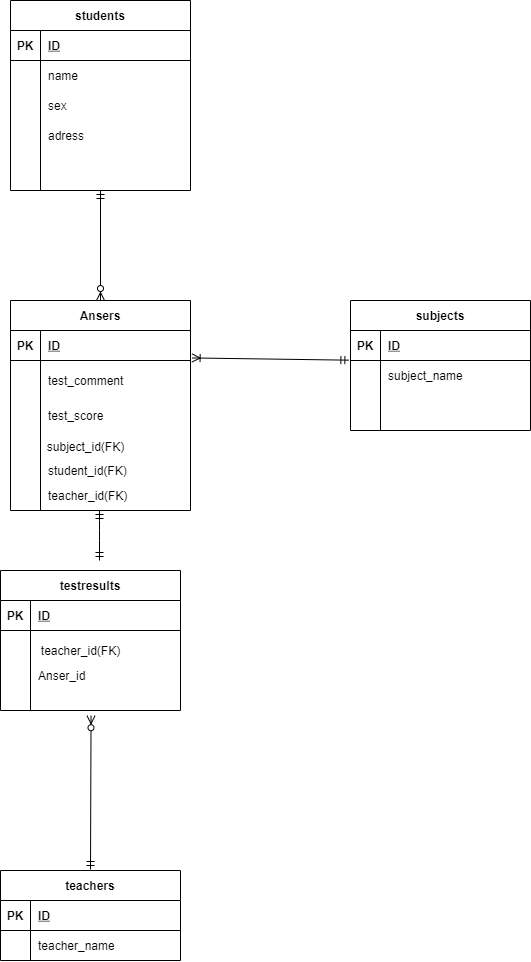
terry1121/20211020NAKANO keeps this draw.io diagram as index.drawio.png. Above is the earlier version. Source tidied: cells renumbered, new cells last; positions are measured from the earlier drawing's top-left corner, leaving out a move shared by most shapes.
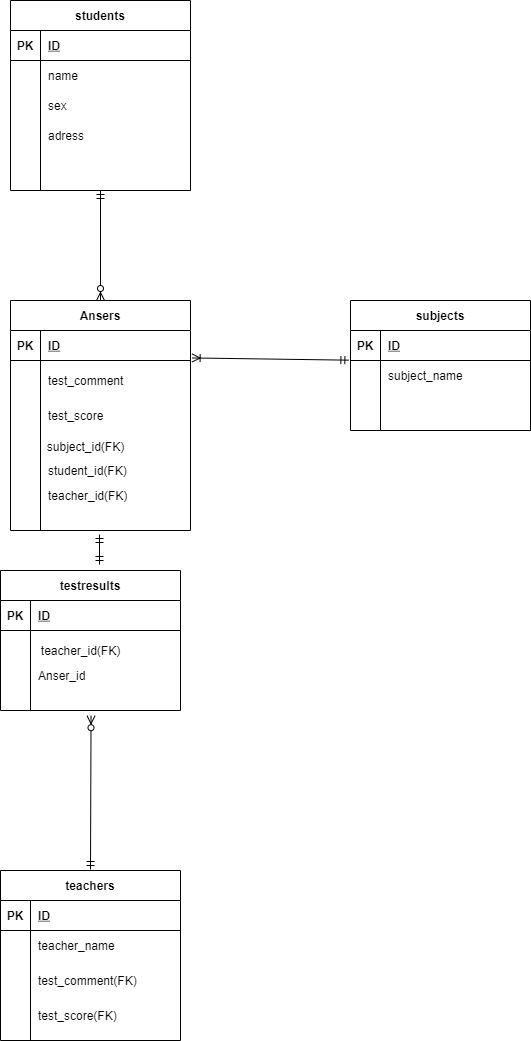
After the commit.

Commit message:
修正内容が分かるコミットメッセージ

The edit, as a diff of the source:
```diff
@@ -72,7 +72,7 @@
       <mxGeometry x="30" width="150" height="30" as="geometry" />
     </mxCell>
     <mxCell id="25" value="teachers" style="shape=table;startSize=30;rowLines=0;fontStyle=1;align=center;" parent="1" vertex="1">
-      <mxGeometry y="870" width="180" height="90" as="geometry" />
+      <mxGeometry y="870" width="180" height="170" as="geometry" />
     </mxCell>
     <mxCell id="26" style="shape=partialRectangle;fillColor=none;top=0;left=0;bottom=1;right=0;" parent="25" vertex="1">
       <mxGeometry y="30" width="180" height="30" as="geometry" />
@@ -132,7 +132,7 @@
       <mxGeometry x="30" width="150" height="20" as="geometry" />
     </mxCell>
     <mxCell id="45" value="Ansers" style="shape=table;startSize=30;rowLines=0;fontStyle=1;align=center;" parent="1" vertex="1">
-      <mxGeometry x="10" y="300" width="180" height="210" as="geometry" />
+      <mxGeometry x="10" y="300" width="180" height="230" as="geometry" />
     </mxCell>
     <mxCell id="46" style="shape=partialRectangle;fillColor=none;top=0;left=0;bottom=1;right=0;points=[[0,0.5],[1,0.5]];portConstraint=eastwest;" parent="45" vertex="1">
       <mxGeometry y="30" width="180" height="30" as="geometry" />
@@ -163,10 +163,10 @@
     </mxCell>
     <mxCell id="55" style="fontSize=12;html=1;endArrow=ERmandOne;startArrow=ERmandOne;" parent="1" edge="1">
       <mxGeometry relative="1" as="geometry">
-        <mxPoint x="99" y="560" as="sourcePoint" />
-        <mxPoint x="99" y="510" as="targetPoint" />
+        <mxPoint x="99" y="564" as="sourcePoint" />
+        <mxPoint x="99" y="534" as="targetPoint" />
         <Array as="points">
-          <mxPoint x="99" y="530" />
+          <mxPoint x="99" y="534" />
         </Array>
       </mxGeometry>
     </mxCell>
@@ -195,5 +195,11 @@
     <mxCell id="62" value="teacher_id(FK)" style="shape=partialRectangle;fillColor=none;top=0;left=0;bottom=0;right=0;align=left;spacingLeft=6;overflow=hidden;" parent="1" vertex="1">
       <mxGeometry x="40" y="485" width="150" height="20" as="geometry" />
     </mxCell>
+    <mxCell id="63" value="test_comment(FK)" style="shape=partialRectangle;fillColor=none;top=0;left=0;bottom=0;right=0;align=left;spacingLeft=6;overflow=hidden;" parent="1" vertex="1">
+      <mxGeometry x="30" y="960" width="150" height="40" as="geometry" />
+    </mxCell>
+    <mxCell id="64" value="test_score(FK)" style="shape=partialRectangle;fillColor=none;top=0;left=0;bottom=0;right=0;align=left;spacingLeft=6;overflow=hidden;" parent="1" vertex="1">
+      <mxGeometry x="30" y="1000" width="150" height="30" as="geometry" />
+    </mxCell>
   </root>
 </mxGraphModel>
```
